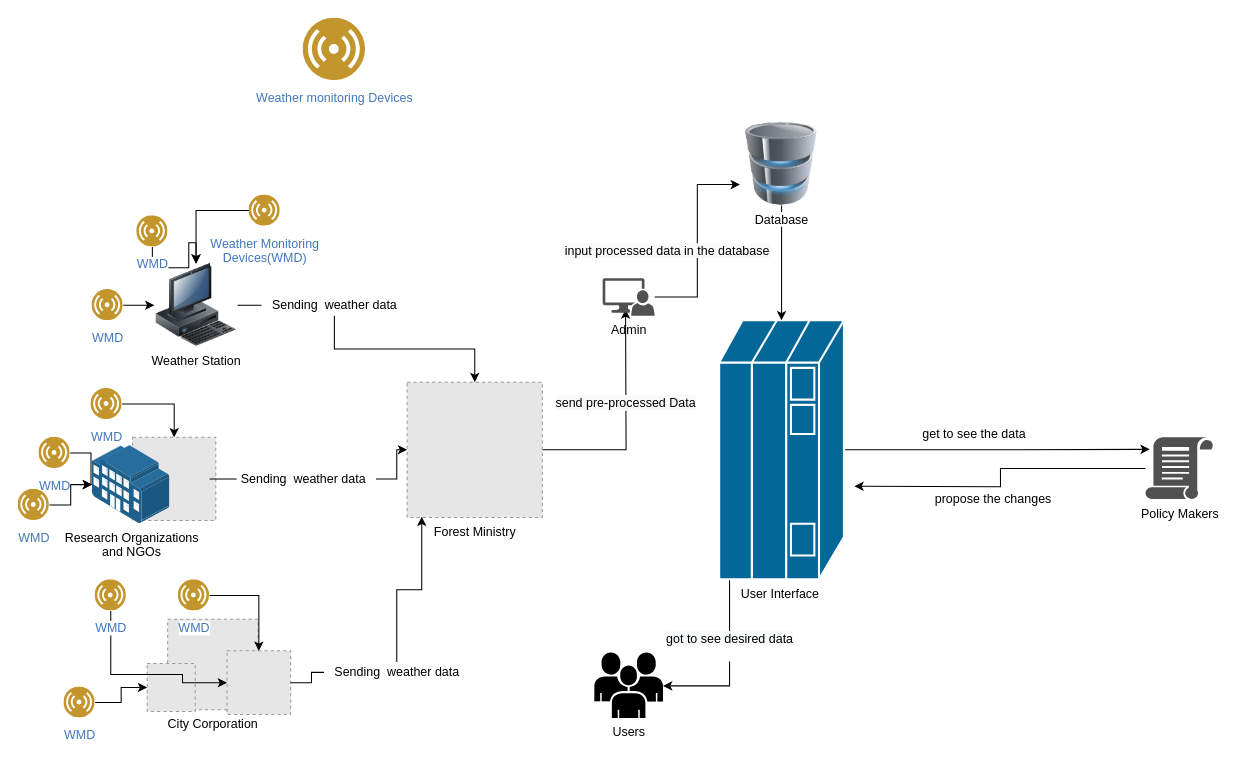
This is RICH_PICTURE_AS-IS.drawio from zorojuro75/CSE303-sec-03-Group-03, a draw.io file, before an edit. Source tidied: cells renumbered, new cells numbered last; positions are measured from the earlier drawing's top-left corner, leaving out a move shared by most shapes. Both pictures are drawn from the tidied source at 104%, with x=0, y=0 at pixel (18, 18). Pictures stored in the file or linked from it are replaced by grey dashed boxes.
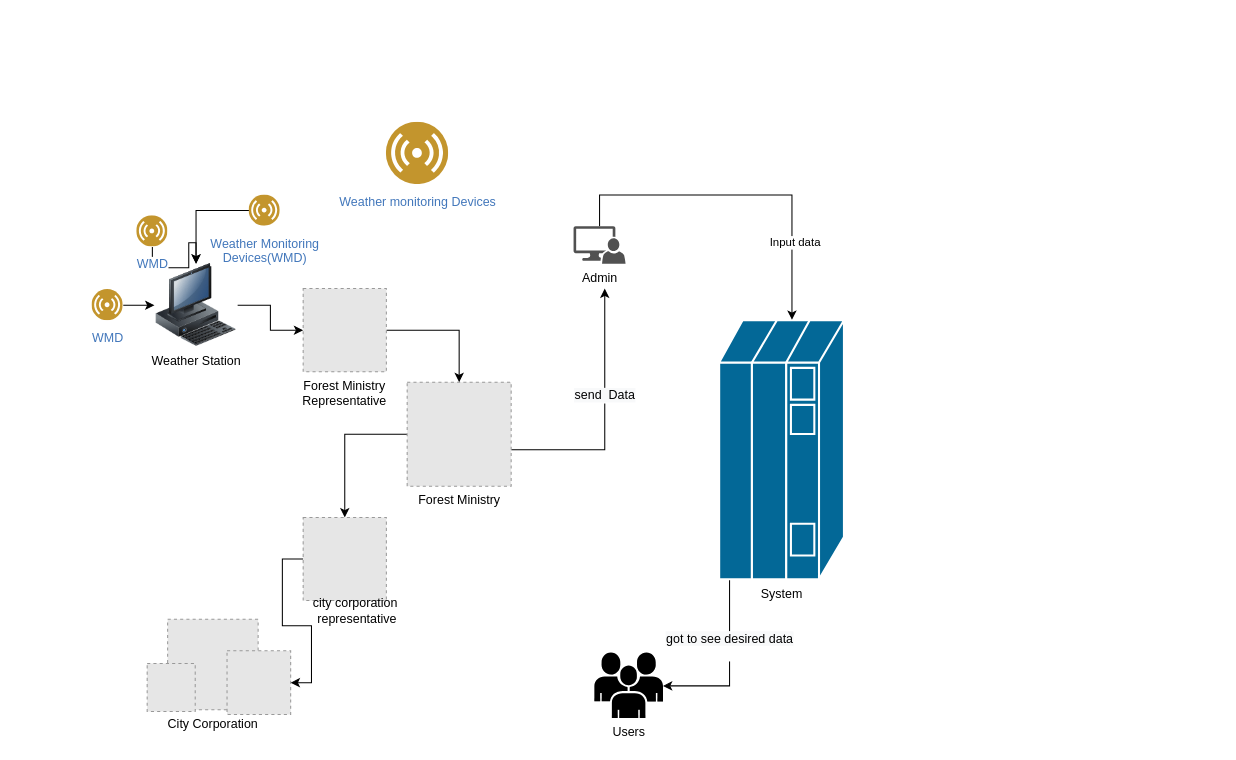
Above is the later version.

The change refers to these unchanged cells:
```xml
<mxCell id="15" value="Users" style="outlineConnect=0;dashed=0;verticalLabelPosition=bottom;verticalAlign=top;align=center;html=1;shape=mxgraph.aws3.users;fillColor=#000000;gradientColor=none;" parent="1" vertex="1">
  <mxGeometry x="554" y="610" width="66" height="63" as="geometry" />
</mxCell>
<mxCell id="31" value="Weather Station" style="image;html=1;image=img/lib/clip_art/computers/Workstation_128x128.png;" parent="26" vertex="1">
  <mxGeometry x="60" y="46" width="80" height="80" as="geometry" />
</mxCell>
<mxCell id="37" style="fillColor=#E6E6E6;strokeColor=#999999;dashed=1;html=1;verticalAlign=top;verticalLabelPosition=bottom;labelBackgroundColor=#ffffff;" parent="35" vertex="1">
  <mxGeometry y="42.4" width="46.2" height="46.2" as="geometry" />
</mxCell>
<mxCell id="38" style="fillColor=#E6E6E6;strokeColor=#999999;dashed=1;html=1;verticalAlign=top;verticalLabelPosition=bottom;labelBackgroundColor=#ffffff;" parent="35" vertex="1">
  <mxGeometry x="76.8" y="30.3" width="61.2" height="61.2" as="geometry" />
</mxCell>
```

What changed in the source:
```diff
@@
-    <mxCell id="2" style="edgeStyle=orthogonalEdgeStyle;rounded=0;jettySize=auto;html=1;" parent="1" edge="1" source="4">
-      <mxGeometry relative="1" as="geometry">
-        <mxPoint x="584" y="280" as="targetPoint" />
-      </mxGeometry>
-    </mxCell>
-    <mxCell id="3" value="&lt;span style=&quot;font-size: 12px; background-color: rgb(248, 249, 250);&quot;&gt;send pre-processed Data&lt;/span&gt;" style="edgeLabel;html=1;align=center;verticalAlign=middle;" parent="2" vertex="1">
-      <mxGeometry x="0.17" y="1" relative="1" as="geometry" />
-    </mxCell>
+    <mxCell id="58" style="edgeStyle=orthogonalEdgeStyle;rounded=0;jettySize=auto;html=1;" parent="1" edge="1" source="4">
+      <mxGeometry relative="1" as="geometry">
+        <mxPoint x="564" y="260" as="targetPoint" />
+        <Array as="points">
+          <mxPoint x="564" y="415" />
+        </Array>
+      </mxGeometry>
+    </mxCell>
+    <mxCell id="59" value="&lt;span style=&quot;font-size: 12px; background-color: rgb(248, 249, 250);&quot;&gt;send&amp;nbsp; Data&lt;/span&gt;" style="edgeLabel;html=1;align=center;verticalAlign=middle;" parent="58" vertex="1">
+      <mxGeometry x="0.17" y="1" relative="1" as="geometry" />
+    </mxCell>
+    <mxCell id="60" style="edgeStyle=orthogonalEdgeStyle;rounded=0;jettySize=auto;html=1;entryX=0.5;entryY=0;entryDx=0;entryDy=0;" parent="1" edge="1" source="4" target="68">
+      <mxGeometry relative="1" as="geometry" />
+    </mxCell>
     <mxCell id="4" value="Forest Ministry" style="fillColor=#E6E6E6;strokeColor=#999999;dashed=1;html=1;verticalAlign=top;verticalLabelPosition=bottom;labelBackgroundColor=#ffffff;" parent="1" vertex="1">
-      <mxGeometry x="374" y="350" width="130" height="130" as="geometry" />
+      <mxGeometry x="374" y="350" width="100" height="100" as="geometry" />
     </mxCell>
-    <mxCell id="5" style="edgeStyle=orthogonalEdgeStyle;rounded=0;jettySize=auto;html=1;" parent="1" edge="1" target="15">
-      <mxGeometry relative="1" as="geometry">
-        <mxPoint x="684" y="540" as="sourcePoint" />
-        <Array as="points">
-          <mxPoint x="684" y="642" />
-        </Array>
-      </mxGeometry>
-    </mxCell>
+    <mxCell id="61" style="edgeStyle=orthogonalEdgeStyle;rounded=0;jettySize=auto;html=1;" parent="1" edge="1" target="15">
+      <mxGeometry relative="1" as="geometry">
+        <mxPoint x="684" y="540" as="sourcePoint" />
+        <Array as="points">
+          <mxPoint x="684" y="642" />
+        </Array>
+      </mxGeometry>
+    </mxCell>
-    <mxCell id="6" value="&lt;span style=&quot;font-size: 12px; background-color: rgb(248, 249, 250);&quot;&gt;got to see desired data&lt;br&gt;&lt;br&gt;&lt;/span&gt;" style="edgeLabel;html=1;align=center;verticalAlign=middle;" parent="5" vertex="1">
+    <mxCell id="6" value="&lt;span style=&quot;font-size: 12px; background-color: rgb(248, 249, 250);&quot;&gt;got to see desired data&lt;br&gt;&lt;br&gt;&lt;/span&gt;" style="edgeLabel;html=1;align=center;verticalAlign=middle;" parent="61" vertex="1">
       <mxGeometry x="-0.24" y="-1" relative="1" as="geometry" />
     </mxCell>
-    <mxCell id="7" style="edgeStyle=orthogonalEdgeStyle;rounded=0;jettySize=auto;html=1;entryX=0.062;entryY=0.193;entryDx=0;entryDy=0;entryPerimeter=0;" parent="1" edge="1" source="8" target="14">
-      <mxGeometry relative="1" as="geometry" />
-    </mxCell>
-    <mxCell id="8" value="User Interface&amp;nbsp;" style="shape=mxgraph.cisco.misc.front_end_processor;html=1;dashed=0;fillColor=#036897;strokeColor=#ffffff;strokeWidth=2;verticalLabelPosition=bottom;verticalAlign=top;align=center;outlineConnect=0;" parent="1" vertex="1">
-      <mxGeometry x="674" y="290.5" width="120" height="249" as="geometry" />
-    </mxCell>
-    <mxCell id="9" style="edgeStyle=orthogonalEdgeStyle;rounded=0;jettySize=auto;html=1;" parent="1" edge="1" source="10" target="8">
-      <mxGeometry relative="1" as="geometry" />
-    </mxCell>
-    <mxCell id="10" value="Database" style="image;html=1;image=img/lib/clip_art/computers/Database_128x128.png;" parent="1" vertex="1">
-      <mxGeometry x="694" y="100" width="80" height="80" as="geometry" />
-    </mxCell>
-    <mxCell id="11" style="edgeStyle=orthogonalEdgeStyle;rounded=0;jettySize=auto;html=1;entryX=0;entryY=0.75;entryDx=0;entryDy=0;" parent="1" edge="1" source="12" target="10">
-      <mxGeometry relative="1" as="geometry" />
-    </mxCell>
+    <mxCell id="62" value="System" style="shape=mxgraph.cisco.misc.front_end_processor;html=1;dashed=0;fillColor=#036897;strokeColor=#ffffff;strokeWidth=2;verticalLabelPosition=bottom;verticalAlign=top;align=center;" parent="1" vertex="1">
+      <mxGeometry x="674" y="290.5" width="120" height="249" as="geometry" />
+    </mxCell>
+    <mxCell id="63" style="edgeStyle=orthogonalEdgeStyle;rounded=0;jettySize=auto;html=1;startArrow=none;exitX=0.5;exitY=0;exitDx=0;exitDy=0;exitPerimeter=0;" parent="1" edge="1" source="12">
+      <mxGeometry relative="1" as="geometry">
+        <mxPoint x="744" y="290" as="targetPoint" />
+        <Array as="points">
+          <mxPoint x="559" y="170" />
+          <mxPoint x="744" y="170" />
+        </Array>
+      </mxGeometry>
+    </mxCell>
+    <mxCell id="64" value="Input data" style="edgeLabel;html=1;align=center;verticalAlign=middle;" parent="63" vertex="1">
+      <mxGeometry x="0.55" y="2" relative="1" as="geometry" />
+    </mxCell>
     <mxCell id="12" value="Admin" style="sketch=0;shadow=0;dashed=0;html=1;strokeColor=none;labelPosition=center;verticalLabelPosition=bottom;verticalAlign=top;align=center;fillColor=#515151;shape=mxgraph.mscae.system_center.admin_console;" parent="1" vertex="1">
-      <mxGeometry x="562" y="250" width="50" height="36" as="geometry" />
+      <mxGeometry x="534" y="200" width="50" height="36" as="geometry" />
     </mxCell>
-    <mxCell id="13" style="edgeStyle=orthogonalEdgeStyle;rounded=0;jettySize=auto;html=1;" parent="1" edge="1" source="14">
-      <mxGeometry relative="1" as="geometry">
-        <mxPoint x="804" y="450" as="targetPoint" />
-      </mxGeometry>
-    </mxCell>
-    <mxCell id="14" value="Policy Makers" style="sketch=0;shadow=0;dashed=0;html=1;strokeColor=none;labelPosition=center;verticalLabelPosition=bottom;verticalAlign=top;align=center;fillColor=#505050;shape=mxgraph.mscae.intune.policy;" parent="1" vertex="1">
-      <mxGeometry x="1084" y="403" width="65" height="60" as="geometry" />
-    </mxCell>
@@
-    <mxCell id="16" style="group;" parent="1" vertex="1">
-      <mxGeometry y="380" width="211" height="106" as="geometry" />
-    </mxCell>
-    <mxCell id="17" style="edgeStyle=orthogonalEdgeStyle;rounded=0;jettySize=auto;html=1;" parent="16" edge="1" source="18" target="25">
-      <mxGeometry relative="1" as="geometry" />
-    </mxCell>
-    <mxCell id="18" value="WMD" style="perimeter=ellipsePerimeter;html=1;align=center;shadow=0;dashed=0;fontColor=#4277BB;labelBackgroundColor=#ffffff;fontSize=12;spacingTop=3;image;image=img/lib/ibm/users/sensor.svg;" parent="16" vertex="1">
-      <mxGeometry x="20" y="23" width="30" height="30" as="geometry" />
-    </mxCell>
-    <mxCell id="19" style="edgeStyle=orthogonalEdgeStyle;rounded=0;jettySize=auto;html=1;" parent="16" edge="1" source="20" target="24">
-      <mxGeometry relative="1" as="geometry" />
-    </mxCell>
-    <mxCell id="20" value="WMD" style="perimeter=ellipsePerimeter;html=1;align=center;shadow=0;dashed=0;fontColor=#4277BB;labelBackgroundColor=#ffffff;fontSize=12;spacingTop=3;image;image=img/lib/ibm/users/sensor.svg;" parent="16" vertex="1">
-      <mxGeometry x="70" y="-24" width="30" height="30" as="geometry" />
-    </mxCell>
-    <mxCell id="21" style="edgeStyle=orthogonalEdgeStyle;rounded=0;jettySize=auto;html=1;" parent="16" edge="1" source="22" target="25">
-      <mxGeometry relative="1" as="geometry" />
-    </mxCell>
-    <mxCell id="22" value="WMD" style="perimeter=ellipsePerimeter;html=1;align=center;shadow=0;dashed=0;fontColor=#4277BB;labelBackgroundColor=#ffffff;fontSize=12;spacingTop=3;image;image=img/lib/ibm/users/sensor.svg;" parent="16" vertex="1">
-      <mxGeometry y="73" width="30" height="30" as="geometry" />
-    </mxCell>
-    <mxCell id="23" style="group;" parent="16" vertex="1">
-      <mxGeometry x="71" y="23" width="140" height="83" as="geometry" />
-    </mxCell>
-    <mxCell id="24" style="fillColor=#E6E6E6;strokeColor=#999999;dashed=1;html=1;verticalAlign=top;verticalLabelPosition=bottom;labelBackgroundColor=#ffffff;" parent="23" vertex="1">
-      <mxGeometry x="39" width="80" height="80" as="geometry" />
-    </mxCell>
-    <mxCell id="25" value="Research Organizations &lt;br&gt;and NGOs" style="points=[];html=1;align=center;shadow=0;dashed=0;image;image=img/lib/allied_telesis/buildings/Large_Building.svg;" parent="23" vertex="1">
-      <mxGeometry y="8" width="75" height="75" as="geometry" />
-    </mxCell>
@@
     <mxCell id="32" value="Weather monitoring Devices" style="perimeter=ellipsePerimeter;html=1;align=center;shadow=0;dashed=0;fontColor=#4277BB;labelBackgroundColor=#ffffff;fontSize=12;spacingTop=3;image;image=img/lib/ibm/users/sensor.svg;fillColor=#000000;" parent="1" vertex="1">
-      <mxGeometry x="274" width="60" height="60" as="geometry" />
+      <mxGeometry x="354" y="100" width="60" height="60" as="geometry" />
     </mxCell>
@@
-    <mxCell id="39" style="edgeStyle=orthogonalEdgeStyle;rounded=0;jettySize=auto;html=1;" parent="1" edge="1" source="40" target="38">
-      <mxGeometry relative="1" as="geometry" />
-    </mxCell>
-    <mxCell id="40" value="WMD" style="perimeter=ellipsePerimeter;html=1;align=center;shadow=0;dashed=0;fontColor=#4277BB;labelBackgroundColor=#ffffff;fontSize=12;spacingTop=3;image;image=img/lib/ibm/users/sensor.svg;" parent="1" vertex="1">
-      <mxGeometry x="154" y="540" width="30" height="30" as="geometry" />
-    </mxCell>
-    <mxCell id="41" style="edgeStyle=orthogonalEdgeStyle;rounded=0;jettySize=auto;html=1;" parent="1" edge="1" source="42" target="38">
-      <mxGeometry relative="1" as="geometry">
-        <Array as="points">
-          <mxPoint x="158" y="631" />
-          <mxPoint x="158" y="639" />
-        </Array>
-      </mxGeometry>
-    </mxCell>
-    <mxCell id="42" value="WMD" style="perimeter=ellipsePerimeter;html=1;align=center;shadow=0;dashed=0;fontColor=#4277BB;labelBackgroundColor=#ffffff;fontSize=12;spacingTop=3;image;image=img/lib/ibm/users/sensor.svg;" parent="1" vertex="1">
-      <mxGeometry x="74" y="540" width="30" height="30" as="geometry" />
-    </mxCell>
-    <mxCell id="43" style="edgeStyle=orthogonalEdgeStyle;rounded=0;jettySize=auto;html=1;" parent="1" edge="1" source="44" target="37">
-      <mxGeometry relative="1" as="geometry" />
-    </mxCell>
-    <mxCell id="44" value="WMD" style="perimeter=ellipsePerimeter;html=1;align=center;shadow=0;dashed=0;fontColor=#4277BB;labelBackgroundColor=#ffffff;fontSize=12;spacingTop=3;image;image=img/lib/ibm/users/sensor.svg;" parent="1" vertex="1">
-      <mxGeometry x="44" y="643" width="30" height="30" as="geometry" />
-    </mxCell>
-    <mxCell id="45" style="edgeStyle=orthogonalEdgeStyle;rounded=0;jettySize=auto;html=1;startArrow=none;" parent="1" edge="1" source="53" target="4">
-      <mxGeometry relative="1" as="geometry" />
-    </mxCell>
-    <mxCell id="46" style="edgeStyle=orthogonalEdgeStyle;rounded=0;jettySize=auto;html=1;startArrow=none;" parent="1" edge="1" source="51" target="4">
-      <mxGeometry relative="1" as="geometry" />
-    </mxCell>
-    <mxCell id="47" style="edgeStyle=orthogonalEdgeStyle;rounded=0;jettySize=auto;html=1;startArrow=none;entryX=0.108;entryY=0.995;entryDx=0;entryDy=0;entryPerimeter=0;" parent="1" edge="1" source="49" target="4">
-      <mxGeometry relative="1" as="geometry" />
-    </mxCell>
-    <mxCell id="48" style="shape=waypoint;sketch=0;size=6;fillColor=#036897;perimeter=centerPerimeter;verticalAlign=top;strokeColor=#ffffff;dashed=0;strokeWidth=2;" parent="1" vertex="1">
-      <mxGeometry x="944" y="370" width="40" height="40" as="geometry" />
-    </mxCell>
-    <mxCell id="49" value="Sending&amp;nbsp; weather data" style="text;html=1;align=center;verticalAlign=middle;points=[];strokeColor=none;fillColor=none;" parent="1" vertex="1">
-      <mxGeometry x="294" y="619" width="140" height="20" as="geometry" />
-    </mxCell>
-    <mxCell id="50" style="edgeStyle=orthogonalEdgeStyle;rounded=0;jettySize=auto;html=1;endArrow=none;" parent="1" edge="1" source="38" target="49">
-      <mxGeometry relative="1" as="geometry" />
-    </mxCell>
-    <mxCell id="51" value="Sending&amp;nbsp; weather data&lt;br&gt;" style="text;html=1;align=center;verticalAlign=middle;points=[];strokeColor=none;fillColor=none;" parent="1" vertex="1">
-      <mxGeometry x="204" y="433" width="140" height="20" as="geometry" />
-    </mxCell>
-    <mxCell id="52" style="edgeStyle=orthogonalEdgeStyle;rounded=0;jettySize=auto;html=1;endArrow=none;" parent="1" edge="1" source="24" target="51">
-      <mxGeometry relative="1" as="geometry" />
-    </mxCell>
-    <mxCell id="53" value="Sending&amp;nbsp; weather data" style="text;html=1;align=center;verticalAlign=middle;points=[];strokeColor=none;fillColor=none;" parent="1" vertex="1">
-      <mxGeometry x="234" y="266" width="140" height="20" as="geometry" />
-    </mxCell>
-    <mxCell id="54" style="edgeStyle=orthogonalEdgeStyle;rounded=0;jettySize=auto;html=1;endArrow=none;" parent="1" edge="1" source="31" target="53">
-      <mxGeometry relative="1" as="geometry" />
-    </mxCell>
-    <mxCell id="55" value="get to see the data" style="text;html=1;align=center;verticalAlign=middle;strokeColor=none;fillColor=none;" parent="1" vertex="1">
-      <mxGeometry x="864" y="390" width="110" height="20" as="geometry" />
-    </mxCell>
-    <mxCell id="56" value="propose the changes&amp;nbsp;" style="text;html=1;align=center;verticalAlign=middle;strokeColor=none;fillColor=none;" parent="1" vertex="1">
-      <mxGeometry x="874" y="453" width="130" height="20" as="geometry" />
-    </mxCell>
-    <mxCell id="57" value="&lt;span style=&quot;color: rgb(0, 0, 0); font-family: Helvetica; font-size: 12px; font-style: normal; font-variant-ligatures: normal; font-variant-caps: normal; font-weight: 400; letter-spacing: normal; orphans: 2; text-align: center; text-indent: 0px; text-transform: none; widows: 2; word-spacing: 0px; -webkit-text-stroke-width: 0px; background-color: rgb(248, 249, 250); text-decoration-thickness: initial; text-decoration-style: initial; text-decoration-color: initial; float: none; display: inline !important;&quot;&gt;input processed data in the database&lt;/span&gt;" style="text;whiteSpace=wrap;html=1;" parent="1" vertex="1">
-      <mxGeometry x="524" y="210" width="220" height="30" as="geometry" />
-    </mxCell>
+    <mxCell id="65" style="edgeStyle=orthogonalEdgeStyle;rounded=0;jettySize=auto;html=1;entryX=0.5;entryY=0;entryDx=0;entryDy=0;" parent="1" edge="1" source="66" target="4">
+      <mxGeometry relative="1" as="geometry" />
+    </mxCell>
+    <mxCell id="66" value="Forest Ministry&#10;Representative" style="fillColor=#E6E6E6;strokeColor=#999999;dashed=1;verticalLabelPosition=bottom;labelBackgroundColor=default;verticalAlign=top;" parent="1" vertex="1">
+      <mxGeometry x="274" y="260" width="80" height="80" as="geometry" />
+    </mxCell>
+    <mxCell id="67" style="edgeStyle=orthogonalEdgeStyle;rounded=0;jettySize=auto;html=1;entryX=1;entryY=0.5;entryDx=0;entryDy=0;" parent="1" edge="1" source="68" target="38">
+      <mxGeometry relative="1" as="geometry" />
+    </mxCell>
+    <mxCell id="68" style="fillColor=#E6E6E6;strokeColor=#999999;dashed=1;verticalLabelPosition=bottom;labelBackgroundColor=default;verticalAlign=top;" parent="1" vertex="1">
+      <mxGeometry x="274" y="480" width="80" height="80" as="geometry" />
+    </mxCell>
+    <mxCell id="69" style="edgeStyle=orthogonalEdgeStyle;rounded=0;jettySize=auto;html=1;" parent="1" edge="1" source="31" target="66">
+      <mxGeometry relative="1" as="geometry" />
+    </mxCell>
+    <mxCell id="70" value="city corporation&lt;br&gt;&amp;nbsp;representative" style="text;html=1;align=center;verticalAlign=middle;strokeColor=none;fillColor=none;" parent="1" vertex="1">
+      <mxGeometry x="274" y="550" width="100" height="40" as="geometry" />
+    </mxCell>
```
